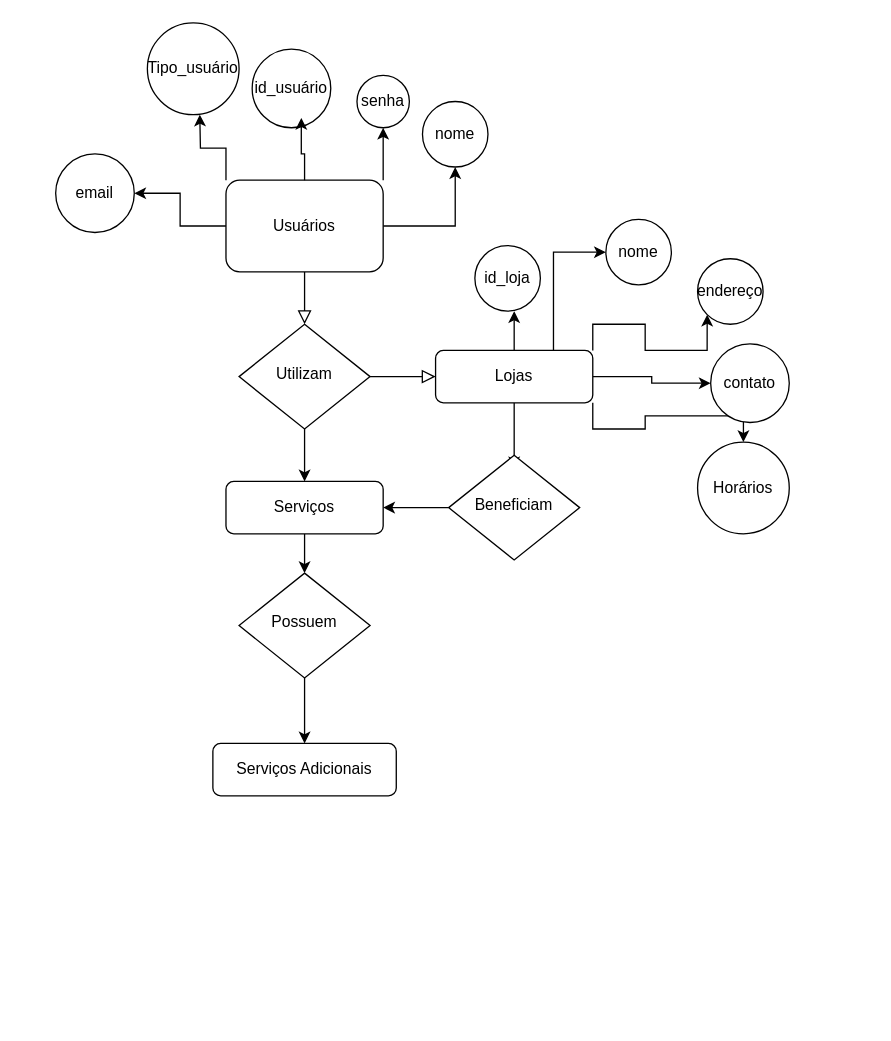
leozin-amaral18/Ti2-Backend keeps this draw.io diagram as Diagrama sem nome.drawio. Above is the earlier version. Source tidied: cells renumbered, new cells numbered last; positions are measured from the earlier drawing's top-left corner, leaving out a move shared by most shapes. Both pictures are drawn from the tidied source at 131%, with x=0, y=0 at pixel (55, 22).
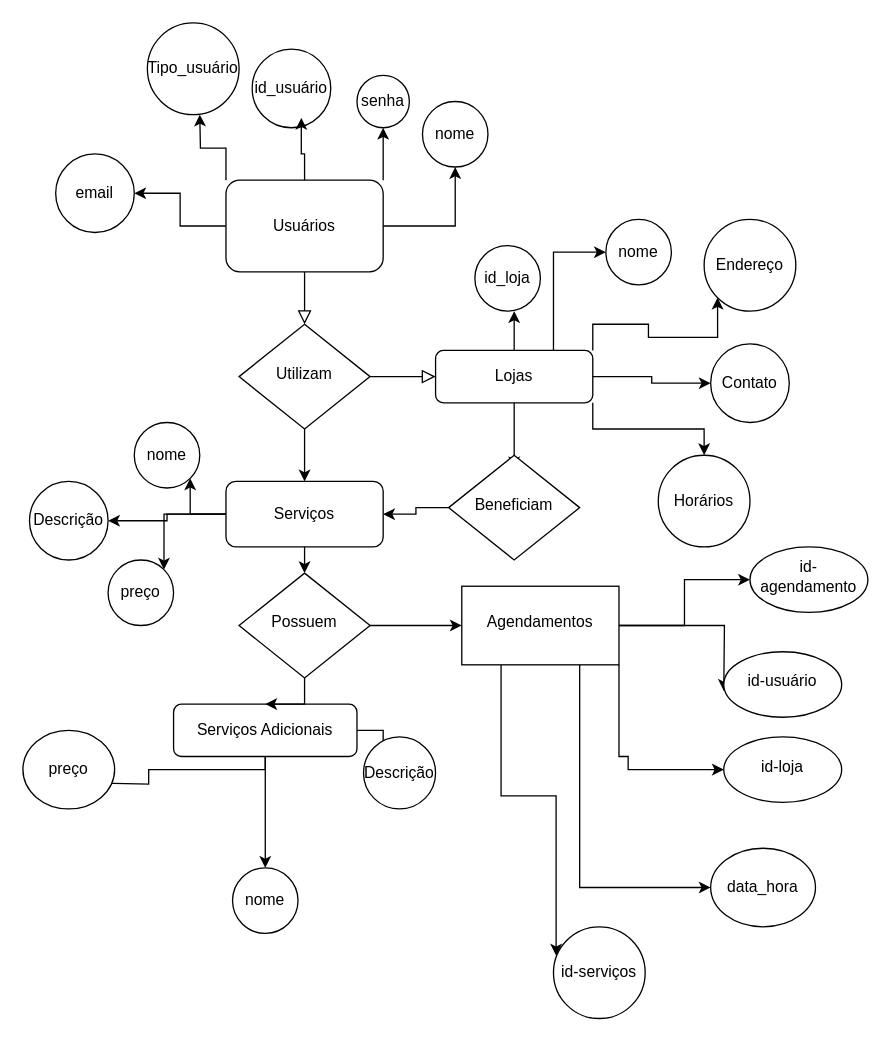
Above is the later version.

The change refers to these unchanged cells:
```xml
<mxCell id="23" value="Possuem" style="rhombus;whiteSpace=wrap;html=1;shadow=0;fontFamily=Helvetica;fontSize=12;align=center;strokeWidth=1;spacing=6;spacingTop=-4;" parent="1" vertex="1">
  <mxGeometry x="140" y="420" width="100" height="80" as="geometry" />
</mxCell>
```

What changed in the source:
```diff
@@
+    <mxCell id="37" style="edgeStyle=orthogonalEdgeStyle;rounded=0;jettySize=auto;html=1;" parent="1" edge="1" source="18" target="47">
+      <mxGeometry relative="1" as="geometry" />
+    </mxCell>
+    <mxCell id="38" style="edgeStyle=orthogonalEdgeStyle;rounded=0;jettySize=auto;html=1;" parent="1" edge="1" source="18" target="48">
+      <mxGeometry relative="1" as="geometry" />
+    </mxCell>
+    <mxCell id="39" style="edgeStyle=orthogonalEdgeStyle;rounded=0;jettySize=auto;html=1;" parent="1" edge="1" source="18">
+      <mxGeometry relative="1" as="geometry">
+        <mxPoint x="20" y="580" as="targetPoint" />
+        <Array as="points">
+          <mxPoint x="71" y="570" />
+          <mxPoint x="71" y="581" />
+        </Array>
+      </mxGeometry>
+    </mxCell>
     <mxCell id="18" value="Serviços Adicionais" style="rounded=1;whiteSpace=wrap;html=1;fontSize=12;glass=0;strokeWidth=1;shadow=0;" parent="1" vertex="1">
-      <mxGeometry x="120" y="550" width="140" height="40" as="geometry" />
+      <mxGeometry x="90" y="520" width="140" height="40" as="geometry" />
     </mxCell>
@@
+    <mxCell id="40" style="edgeStyle=orthogonalEdgeStyle;rounded=0;jettySize=auto;html=1;exitX=0;exitY=0.5;exitDx=0;exitDy=0;entryX=1;entryY=1;entryDx=0;entryDy=0;" parent="1" edge="1" source="20" target="44">
+      <mxGeometry relative="1" as="geometry" />
+    </mxCell>
+    <mxCell id="41" style="edgeStyle=orthogonalEdgeStyle;rounded=0;jettySize=auto;html=1;entryX=1;entryY=0;entryDx=0;entryDy=0;" parent="1" edge="1" source="20" target="46">
+      <mxGeometry relative="1" as="geometry">
+        <Array as="points">
+          <mxPoint x="83" y="375" />
+        </Array>
+      </mxGeometry>
+    </mxCell>
+    <mxCell id="42" style="edgeStyle=orthogonalEdgeStyle;rounded=0;jettySize=auto;html=1;exitX=0;exitY=0.5;exitDx=0;exitDy=0;entryX=1;entryY=0.5;entryDx=0;entryDy=0;" parent="1" edge="1" source="20" target="45">
+      <mxGeometry relative="1" as="geometry" />
+    </mxCell>
     <mxCell id="20" value="Serviços" style="rounded=1;whiteSpace=wrap;html=1;fontSize=12;glass=0;strokeWidth=1;shadow=0;" parent="1" vertex="1">
-      <mxGeometry x="130" y="350" width="120" height="40" as="geometry" />
+      <mxGeometry x="130" y="350" width="120" height="50" as="geometry" />
     </mxCell>
@@
+    <mxCell id="43" style="edgeStyle=orthogonalEdgeStyle;rounded=0;jettySize=auto;html=1;" parent="1" edge="1" source="23" target="54">
+      <mxGeometry relative="1" as="geometry" />
+    </mxCell>
@@
-    <mxCell id="32" value="contato" style="ellipse;whiteSpace=wrap;html=1;" parent="1" vertex="1">
+    <mxCell id="32" value="Contato" style="ellipse;whiteSpace=wrap;html=1;" parent="1" vertex="1">
       <mxGeometry x="500" y="245" width="60" height="60" as="geometry" />
     </mxCell>
-    <mxCell id="33" value="endereço" style="ellipse;whiteSpace=wrap;html=1;" parent="1" vertex="1">
-      <mxGeometry x="490" y="180" width="50" height="50" as="geometry" />
+    <mxCell id="33" value="Endereço" style="ellipse;whiteSpace=wrap;html=1;" parent="1" vertex="1">
+      <mxGeometry x="495" y="150" width="70" height="70" as="geometry" />
     </mxCell>
     <mxCell id="34" value="Horários" style="ellipse;whiteSpace=wrap;html=1;" parent="1" vertex="1">
-      <mxGeometry x="490" y="320" width="70" height="70" as="geometry" />
+      <mxGeometry x="460" y="330" width="70" height="70" as="geometry" />
     </mxCell>
@@
+    <mxCell id="44" value="nome" style="ellipse;whiteSpace=wrap;html=1;" parent="1" vertex="1">
+      <mxGeometry x="60" y="305" width="50" height="50" as="geometry" />
+    </mxCell>
+    <mxCell id="45" value="Descrição" style="ellipse;whiteSpace=wrap;html=1;" parent="1" vertex="1">
+      <mxGeometry x="-20" y="350" width="60" height="60" as="geometry" />
+    </mxCell>
+    <mxCell id="46" value="preço" style="ellipse;whiteSpace=wrap;html=1;" parent="1" vertex="1">
+      <mxGeometry x="40" y="410" width="50" height="50" as="geometry" />
+    </mxCell>
+    <mxCell id="47" value="nome" style="ellipse;whiteSpace=wrap;html=1;" parent="1" vertex="1">
+      <mxGeometry x="135" y="645" width="50" height="50" as="geometry" />
+    </mxCell>
+    <mxCell id="48" value="Descrição" style="ellipse;whiteSpace=wrap;html=1;rounded=1;glass=0;strokeWidth=1;shadow=0;" parent="1" vertex="1">
+      <mxGeometry x="235" y="545" width="55" height="55" as="geometry" />
+    </mxCell>
+    <mxCell id="49" value="preço" style="ellipse;whiteSpace=wrap;html=1;rounded=1;glass=0;strokeWidth=1;shadow=0;" parent="1" vertex="1">
+      <mxGeometry x="-25" y="540" width="70" height="60" as="geometry" />
+    </mxCell>
+    <mxCell id="50" style="edgeStyle=orthogonalEdgeStyle;rounded=0;jettySize=auto;html=1;" parent="1" edge="1" source="54" target="55">
+      <mxGeometry relative="1" as="geometry" />
+    </mxCell>
+    <mxCell id="51" style="edgeStyle=orthogonalEdgeStyle;rounded=0;jettySize=auto;html=1;" parent="1" edge="1" source="54">
+      <mxGeometry relative="1" as="geometry">
+        <mxPoint x="510" y="510" as="targetPoint" />
+      </mxGeometry>
+    </mxCell>
+    <mxCell id="52" style="edgeStyle=orthogonalEdgeStyle;rounded=0;jettySize=auto;html=1;exitX=0.75;exitY=1;exitDx=0;exitDy=0;entryX=0;entryY=0.5;entryDx=0;entryDy=0;" parent="1" edge="1" source="54" target="59">
+      <mxGeometry relative="1" as="geometry" />
+    </mxCell>
+    <mxCell id="53" style="edgeStyle=orthogonalEdgeStyle;rounded=0;jettySize=auto;html=1;exitX=0.25;exitY=1;exitDx=0;exitDy=0;entryX=0.029;entryY=0.314;entryDx=0;entryDy=0;entryPerimeter=0;" parent="1" edge="1" source="54" target="60">
+      <mxGeometry relative="1" as="geometry" />
+    </mxCell>
+    <mxCell id="54" value="Agendamentos" style="whiteSpace=wrap;html=1;shadow=0;strokeWidth=1;spacing=6;spacingTop=-4;" parent="1" vertex="1">
+      <mxGeometry x="310" y="430" width="120" height="60" as="geometry" />
+    </mxCell>
+    <mxCell id="55" value="id-agendamento" style="ellipse;whiteSpace=wrap;html=1;shadow=0;strokeWidth=1;spacing=6;spacingTop=-4;" parent="1" vertex="1">
+      <mxGeometry x="530" y="400" width="90" height="50" as="geometry" />
+    </mxCell>
+    <mxCell id="56" style="edgeStyle=orthogonalEdgeStyle;rounded=0;jettySize=auto;html=1;exitX=1;exitY=1;exitDx=0;exitDy=0;" parent="1" edge="1" source="54">
+      <mxGeometry relative="1" as="geometry">
+        <mxPoint x="510" y="570" as="targetPoint" />
+        <Array as="points">
+          <mxPoint x="430" y="560" />
+          <mxPoint x="437" y="560" />
+        </Array>
+      </mxGeometry>
+    </mxCell>
+    <mxCell id="57" value="id-usuário" style="ellipse;whiteSpace=wrap;html=1;shadow=0;strokeWidth=1;spacing=6;spacingTop=-4;" parent="1" vertex="1">
+      <mxGeometry x="510" y="480" width="90" height="50" as="geometry" />
+    </mxCell>
+    <mxCell id="58" value="id-loja" style="ellipse;whiteSpace=wrap;html=1;shadow=0;strokeWidth=1;spacing=6;spacingTop=-4;" parent="1" vertex="1">
+      <mxGeometry x="510" y="545" width="90" height="50" as="geometry" />
+    </mxCell>
+    <mxCell id="59" value="data_hora" style="ellipse;whiteSpace=wrap;html=1;" parent="1" vertex="1">
+      <mxGeometry x="500" y="630" width="80" height="60" as="geometry" />
+    </mxCell>
+    <mxCell id="60" value="id-serviços" style="ellipse;whiteSpace=wrap;html=1;" parent="1" vertex="1">
+      <mxGeometry x="380" y="690" width="70" height="70" as="geometry" />
+    </mxCell>
```
